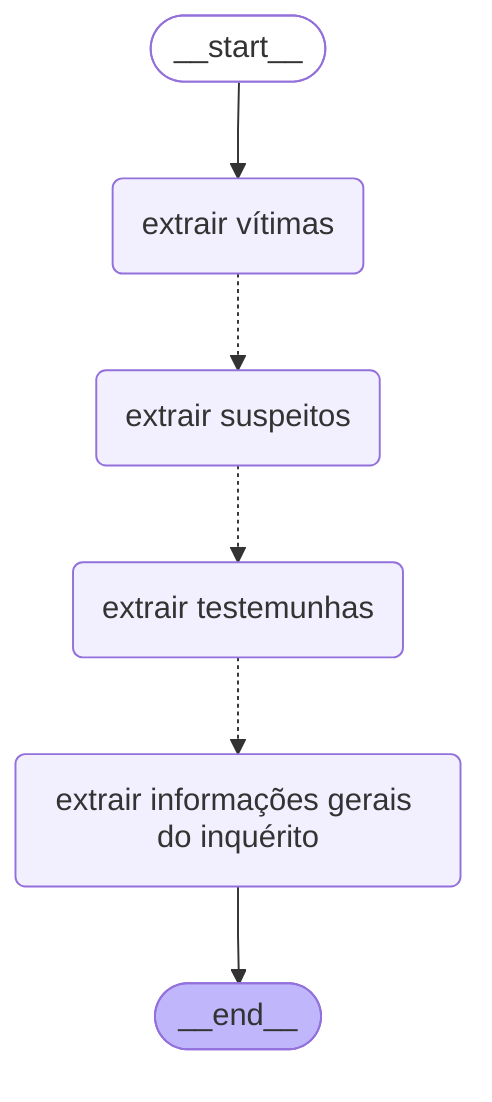
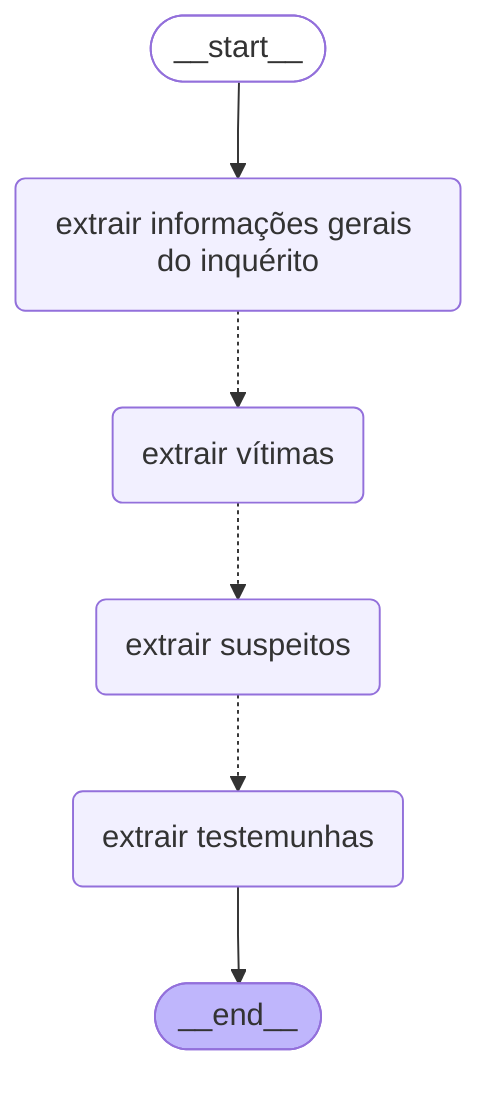
---
config:
  flowchart:
    curve: linear
---
graph TD;
	__start__([<p>__start__</p>]):::first
+ 	extrair_informa__es_gerais_do_inqu_rito(extrair informações gerais do inquérito)
	extrair_v_timas(extrair vítimas)
	extrair_suspeitos(extrair suspeitos)
	extrair_testemunhas(extrair testemunhas)
- 	extrair_informa__es_gerais_do_inqu_rito(extrair informações gerais do inquérito)
	__end__([<p>__end__</p>]):::last
- 	__start__ --> extrair_v_timas;
+ 	__start__ --> extrair_informa__es_gerais_do_inqu_rito;
+ 	extrair_informa__es_gerais_do_inqu_rito -.-> extrair_v_timas;
	extrair_suspeitos -.-> extrair_testemunhas;
- 	extrair_testemunhas -.-> extrair_informa__es_gerais_do_inqu_rito;
	extrair_v_timas -.-> extrair_suspeitos;
- 	extrair_informa__es_gerais_do_inqu_rito --> __end__;
+ 	extrair_testemunhas --> __end__;
	classDef default fill:#f2f0ff,line-height:1.2
	classDef first fill-opacity:0
	classDef last fill:#bfb6fc
